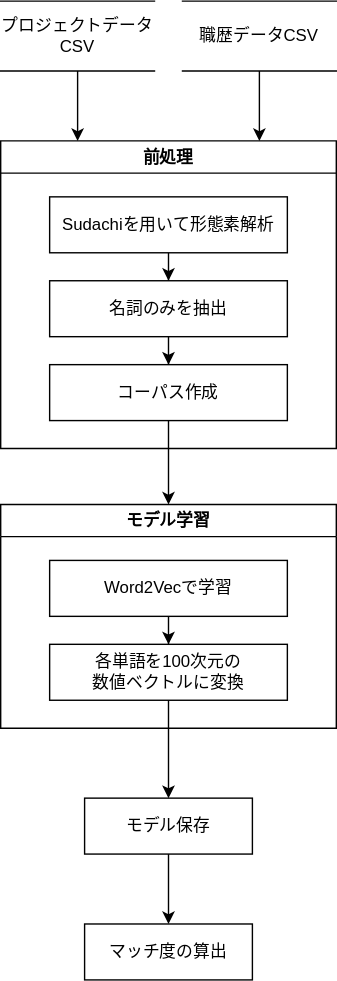
This is マッチング処理のデータフロー図.drawio.svg from Aoki-Dai/drawio, a draw.io export, as it was before one commit. Source tidied: cells renumbered, new cells last; positions are measured from the earlier drawing's top-left corner, leaving out a move shared by most shapes. Its diagram source:
```xml
<mxGraphModel>
  <root>
    <mxCell id="0" />
    <mxCell id="1" parent="0" />
    <mxCell id="2" value="プロジェクトデータCSV" style="html=1;dashed=0;whiteSpace=wrap;shape=partialRectangle;right=0;left=0;" parent="1" vertex="1">
      <mxGeometry width="110" height="50" as="geometry" />
    </mxCell>
    <mxCell id="3" value="職歴データCSV" style="html=1;dashed=0;whiteSpace=wrap;shape=partialRectangle;right=0;left=0;" parent="1" vertex="1">
      <mxGeometry x="130" width="110" height="50" as="geometry" />
    </mxCell>
    <mxCell id="4" style="edgeStyle=orthogonalEdgeStyle;rounded=0;jettySize=auto;html=1;exitX=0.5;exitY=1;exitDx=0;exitDy=0;entryX=0.5;entryY=0;entryDx=0;entryDy=0;" parent="1" edge="1" source="10" target="13">
      <mxGeometry relative="1" as="geometry" />
    </mxCell>
    <mxCell id="5" value="前処理" style="swimlane;whiteSpace=wrap;html=1;" parent="1" vertex="1">
      <mxGeometry y="100" width="240" height="220" as="geometry" />
    </mxCell>
    <mxCell id="6" style="edgeStyle=orthogonalEdgeStyle;rounded=0;jettySize=auto;html=1;entryX=0.5;entryY=0;entryDx=0;entryDy=0;" parent="5" edge="1" source="7" target="9">
      <mxGeometry relative="1" as="geometry" />
    </mxCell>
    <mxCell id="7" value="Sudachiを用いて形態素解析" style="rounded=0;whiteSpace=wrap;html=1;" parent="5" vertex="1">
      <mxGeometry x="35" y="40" width="170" height="40" as="geometry" />
    </mxCell>
    <mxCell id="8" style="edgeStyle=orthogonalEdgeStyle;rounded=0;jettySize=auto;html=1;" parent="5" edge="1" source="9" target="10">
      <mxGeometry relative="1" as="geometry" />
    </mxCell>
    <mxCell id="9" value="名詞のみを抽出" style="rounded=0;whiteSpace=wrap;html=1;" parent="5" vertex="1">
      <mxGeometry x="35" y="100" width="170" height="40" as="geometry" />
    </mxCell>
    <mxCell id="10" value="コーパス作成" style="rounded=0;whiteSpace=wrap;html=1;" parent="5" vertex="1">
      <mxGeometry x="35" y="160" width="170" height="40" as="geometry" />
    </mxCell>
    <mxCell id="11" style="endArrow=classic;html=1;rounded=0;exitX=0.5;exitY=1;exitDx=0;exitDy=0;" parent="1" edge="1" source="2">
      <mxGeometry relative="1" as="geometry">
        <mxPoint x="55" y="100" as="targetPoint" />
      </mxGeometry>
    </mxCell>
    <mxCell id="12" style="endArrow=classic;html=1;rounded=0;exitX=0.5;exitY=1;exitDx=0;exitDy=0;" parent="1" edge="1" source="3">
      <mxGeometry relative="1" as="geometry">
        <mxPoint x="185" y="100" as="targetPoint" />
      </mxGeometry>
    </mxCell>
    <mxCell id="13" value="モデル学習" style="swimlane;whiteSpace=wrap;html=1;" parent="1" vertex="1">
      <mxGeometry y="360" width="240" height="160" as="geometry" />
    </mxCell>
    <mxCell id="14" style="edgeStyle=orthogonalEdgeStyle;rounded=0;jettySize=auto;html=1;entryX=0.5;entryY=0;entryDx=0;entryDy=0;" parent="13" edge="1" source="15" target="16">
      <mxGeometry relative="1" as="geometry" />
    </mxCell>
    <mxCell id="15" value="Word2Vecで学習" style="rounded=0;whiteSpace=wrap;html=1;" parent="13" vertex="1">
      <mxGeometry x="35" y="40" width="170" height="40" as="geometry" />
    </mxCell>
    <mxCell id="16" value="各単語を100次元の&lt;br&gt;数値ベクトルに変換" style="rounded=0;whiteSpace=wrap;html=1;" parent="13" vertex="1">
      <mxGeometry x="35" y="100" width="170" height="40" as="geometry" />
    </mxCell>
    <mxCell id="17" style="edgeStyle=orthogonalEdgeStyle;rounded=0;jettySize=auto;html=1;" parent="1" edge="1" source="18" target="20">
      <mxGeometry relative="1" as="geometry" />
    </mxCell>
    <mxCell id="18" value="モデル保存" style="whiteSpace=wrap;html=1;rounded=0;" parent="1" vertex="1">
      <mxGeometry x="60" y="570" width="120" height="40" as="geometry" />
    </mxCell>
    <mxCell id="19" style="edgeStyle=orthogonalEdgeStyle;rounded=0;jettySize=auto;html=1;" parent="1" edge="1" source="16" target="18">
      <mxGeometry relative="1" as="geometry" />
    </mxCell>
    <mxCell id="20" value="マッチ度の算出" style="whiteSpace=wrap;html=1;rounded=0;" parent="1" vertex="1">
      <mxGeometry x="60" y="660" width="120" height="40" as="geometry" />
    </mxCell>
  </root>
</mxGraphModel>
```
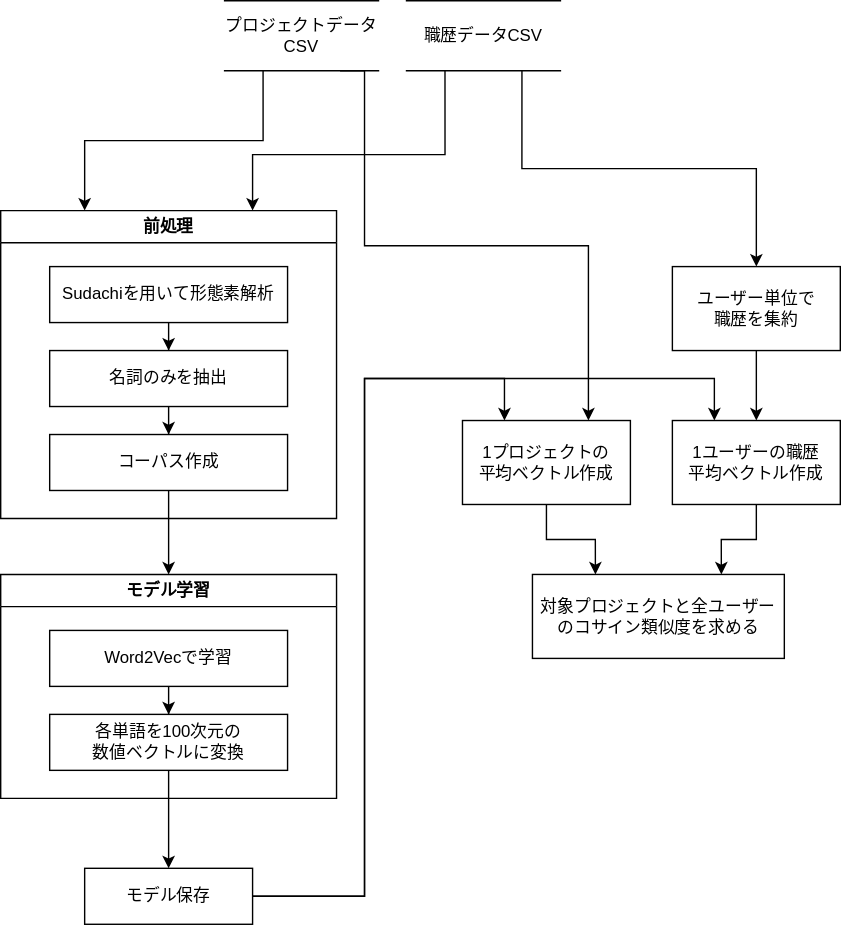
Later version of the same file.

Commit message:
マッチング処理のデータフロー図.drawio.svg を更新します

The edit, as a diff of the source:
```diff
@@ -2,11 +2,34 @@
   <root>
     <mxCell id="0" />
     <mxCell id="1" parent="0" />
+    <mxCell id="21" style="edgeStyle=orthogonalEdgeStyle;rounded=0;jettySize=auto;html=1;exitX=0.25;exitY=1;exitDx=0;exitDy=0;entryX=0.25;entryY=0;entryDx=0;entryDy=0;" parent="1" edge="1" source="2" target="5">
+      <mxGeometry relative="1" as="geometry" />
+    </mxCell>
+    <mxCell id="22" style="edgeStyle=orthogonalEdgeStyle;rounded=0;jettySize=auto;html=1;exitX=0.75;exitY=1;exitDx=0;exitDy=0;entryX=0.75;entryY=0;entryDx=0;entryDy=0;" parent="1" edge="1" source="2" target="30">
+      <mxGeometry relative="1" as="geometry">
+        <Array as="points">
+          <mxPoint x="260" />
+          <mxPoint x="260" y="125" />
+          <mxPoint x="420" y="125" />
+        </Array>
+      </mxGeometry>
+    </mxCell>
     <mxCell id="2" value="プロジェクトデータCSV" style="html=1;dashed=0;whiteSpace=wrap;shape=partialRectangle;right=0;left=0;" parent="1" vertex="1">
-      <mxGeometry width="110" height="50" as="geometry" />
+      <mxGeometry x="160" y="-50" width="110" height="50" as="geometry" />
     </mxCell>
+    <mxCell id="23" style="edgeStyle=orthogonalEdgeStyle;rounded=0;jettySize=auto;html=1;exitX=0.25;exitY=1;exitDx=0;exitDy=0;entryX=0.75;entryY=0;entryDx=0;entryDy=0;" parent="1" edge="1" source="3" target="5">
+      <mxGeometry relative="1" as="geometry">
+        <Array as="points">
+          <mxPoint x="318" y="60" />
+          <mxPoint x="180" y="60" />
+        </Array>
+      </mxGeometry>
+    </mxCell>
+    <mxCell id="24" style="edgeStyle=orthogonalEdgeStyle;rounded=0;jettySize=auto;html=1;exitX=0.75;exitY=1;exitDx=0;exitDy=0;entryX=0.5;entryY=0;entryDx=0;entryDy=0;" parent="1" edge="1" source="3" target="28">
+      <mxGeometry relative="1" as="geometry" />
+    </mxCell>
     <mxCell id="3" value="職歴データCSV" style="html=1;dashed=0;whiteSpace=wrap;shape=partialRectangle;right=0;left=0;" parent="1" vertex="1">
-      <mxGeometry x="130" width="110" height="50" as="geometry" />
+      <mxGeometry x="290" y="-50" width="110" height="50" as="geometry" />
     </mxCell>
     <mxCell id="4" style="edgeStyle=orthogonalEdgeStyle;rounded=0;jettySize=auto;html=1;exitX=0.5;exitY=1;exitDx=0;exitDy=0;entryX=0.5;entryY=0;entryDx=0;entryDy=0;" parent="1" edge="1" source="10" target="13">
       <mxGeometry relative="1" as="geometry" />
@@ -29,16 +52,6 @@
     <mxCell id="10" value="コーパス作成" style="rounded=0;whiteSpace=wrap;html=1;" parent="5" vertex="1">
       <mxGeometry x="35" y="160" width="170" height="40" as="geometry" />
     </mxCell>
-    <mxCell id="11" style="endArrow=classic;html=1;rounded=0;exitX=0.5;exitY=1;exitDx=0;exitDy=0;" parent="1" edge="1" source="2">
-      <mxGeometry relative="1" as="geometry">
-        <mxPoint x="55" y="100" as="targetPoint" />
-      </mxGeometry>
-    </mxCell>
-    <mxCell id="12" style="endArrow=classic;html=1;rounded=0;exitX=0.5;exitY=1;exitDx=0;exitDy=0;" parent="1" edge="1" source="3">
-      <mxGeometry relative="1" as="geometry">
-        <mxPoint x="185" y="100" as="targetPoint" />
-      </mxGeometry>
-    </mxCell>
     <mxCell id="13" value="モデル学習" style="swimlane;whiteSpace=wrap;html=1;" parent="1" vertex="1">
       <mxGeometry y="360" width="240" height="160" as="geometry" />
     </mxCell>
@@ -51,17 +64,50 @@
     <mxCell id="16" value="各単語を100次元の&lt;br&gt;数値ベクトルに変換" style="rounded=0;whiteSpace=wrap;html=1;" parent="13" vertex="1">
       <mxGeometry x="35" y="100" width="170" height="40" as="geometry" />
     </mxCell>
-    <mxCell id="17" style="edgeStyle=orthogonalEdgeStyle;rounded=0;jettySize=auto;html=1;" parent="1" edge="1" source="18" target="20">
-      <mxGeometry relative="1" as="geometry" />
-    </mxCell>
+    <mxCell id="25" style="edgeStyle=orthogonalEdgeStyle;rounded=0;jettySize=auto;html=1;exitX=1;exitY=0.5;exitDx=0;exitDy=0;entryX=0.25;entryY=0;entryDx=0;entryDy=0;" parent="1" edge="1" source="18" target="30">
+      <mxGeometry relative="1" as="geometry">
+        <Array as="points">
+          <mxPoint x="260" y="590" />
+          <mxPoint x="260" y="220" />
+          <mxPoint x="360" y="220" />
+        </Array>
+      </mxGeometry>
+    </mxCell>
+    <mxCell id="26" style="edgeStyle=orthogonalEdgeStyle;rounded=0;jettySize=auto;html=1;exitX=1;exitY=0.5;exitDx=0;exitDy=0;entryX=0.25;entryY=0;entryDx=0;entryDy=0;" parent="1" edge="1" source="18" target="31">
+      <mxGeometry relative="1" as="geometry">
+        <Array as="points">
+          <mxPoint x="260" y="590" />
+          <mxPoint x="260" y="220" />
+          <mxPoint x="510" y="220" />
+        </Array>
+      </mxGeometry>
+    </mxCell>
     <mxCell id="18" value="モデル保存" style="whiteSpace=wrap;html=1;rounded=0;" parent="1" vertex="1">
       <mxGeometry x="60" y="570" width="120" height="40" as="geometry" />
     </mxCell>
     <mxCell id="19" style="edgeStyle=orthogonalEdgeStyle;rounded=0;jettySize=auto;html=1;" parent="1" edge="1" source="16" target="18">
       <mxGeometry relative="1" as="geometry" />
     </mxCell>
-    <mxCell id="20" value="マッチ度の算出" style="whiteSpace=wrap;html=1;rounded=0;" parent="1" vertex="1">
-      <mxGeometry x="60" y="660" width="120" height="40" as="geometry" />
-    </mxCell>
+    <mxCell id="27" style="edgeStyle=orthogonalEdgeStyle;rounded=0;jettySize=auto;html=1;exitX=0.5;exitY=1;exitDx=0;exitDy=0;entryX=0.5;entryY=0;entryDx=0;entryDy=0;" parent="1" edge="1" source="28" target="31">
+      <mxGeometry relative="1" as="geometry" />
+    </mxCell>
+    <mxCell id="28" value="ユーザー単位で&lt;div&gt;職歴を集約&lt;/div&gt;" style="whiteSpace=wrap;html=1;" parent="1" vertex="1">
+      <mxGeometry x="480" y="140" width="120" height="60" as="geometry" />
+    </mxCell>
+    <mxCell id="29" style="edgeStyle=orthogonalEdgeStyle;rounded=0;jettySize=auto;html=1;exitX=0.5;exitY=1;exitDx=0;exitDy=0;entryX=0.25;entryY=0;entryDx=0;entryDy=0;" parent="1" edge="1" source="30" target="32">
+      <mxGeometry relative="1" as="geometry" />
+    </mxCell>
+    <mxCell id="30" value="1プロジェクトの&lt;div&gt;平均ベクトル作成&lt;/div&gt;" style="whiteSpace=wrap;html=1;" parent="1" vertex="1">
+      <mxGeometry x="330" y="250" width="120" height="60" as="geometry" />
+    </mxCell>
+    <mxCell id="31" value="1ユーザーの&lt;span style=&quot;background-color: transparent; color: light-dark(rgb(0, 0, 0), rgb(255, 255, 255));&quot;&gt;職歴&lt;/span&gt;&lt;div&gt;&lt;span style=&quot;background-color: transparent; color: light-dark(rgb(0, 0, 0), rgb(255, 255, 255));&quot;&gt;平均ベクトル作成&lt;/span&gt;&lt;/div&gt;" style="whiteSpace=wrap;html=1;" parent="1" vertex="1">
+      <mxGeometry x="480" y="250" width="120" height="60" as="geometry" />
+    </mxCell>
+    <mxCell id="32" value="対象プロジェクトと全ユーザーの&lt;span style=&quot;background-color: transparent; color: light-dark(rgb(0, 0, 0), rgb(255, 255, 255));&quot;&gt;コサイン類似度を求める&lt;/span&gt;" style="whiteSpace=wrap;html=1;" parent="1" vertex="1">
+      <mxGeometry x="380" y="360" width="180" height="60" as="geometry" />
+    </mxCell>
+    <mxCell id="33" style="edgeStyle=orthogonalEdgeStyle;rounded=0;jettySize=auto;html=1;exitX=0.5;exitY=1;exitDx=0;exitDy=0;entryX=0.75;entryY=0;entryDx=0;entryDy=0;" parent="1" edge="1" source="31" target="32">
+      <mxGeometry relative="1" as="geometry" />
+    </mxCell>
   </root>
 </mxGraphModel>
```
